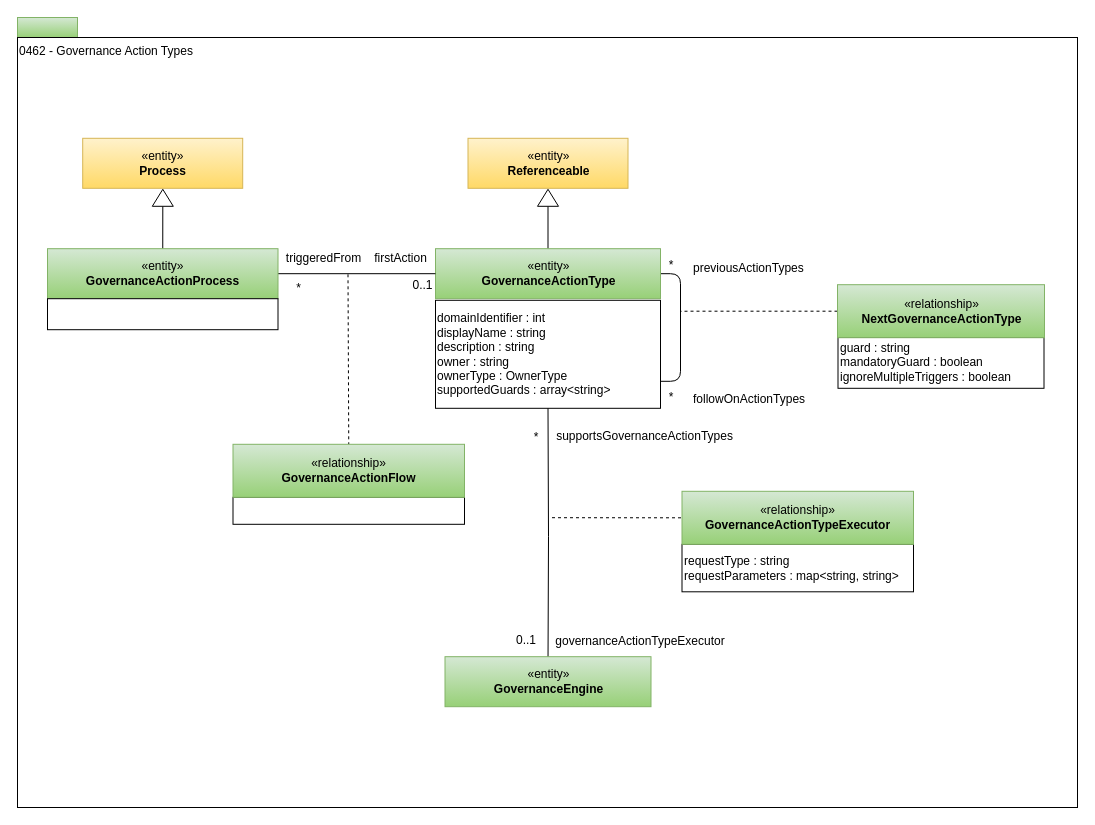
Before: page "0462-Governance-Action-Types" (22 of 28) of open-metadata-publication/website/open-metadata-types/area-4-governance.drawio in odpi/egeria, a draw.io diagram. Source tidied: cells renumbered, new cells numbered last; positions are measured from the earlier drawing's top-left corner, leaving out a move shared by most shapes. Both pictures are drawn from the tidied source at 100%, with x=0, y=0 at pixel (17, 17).
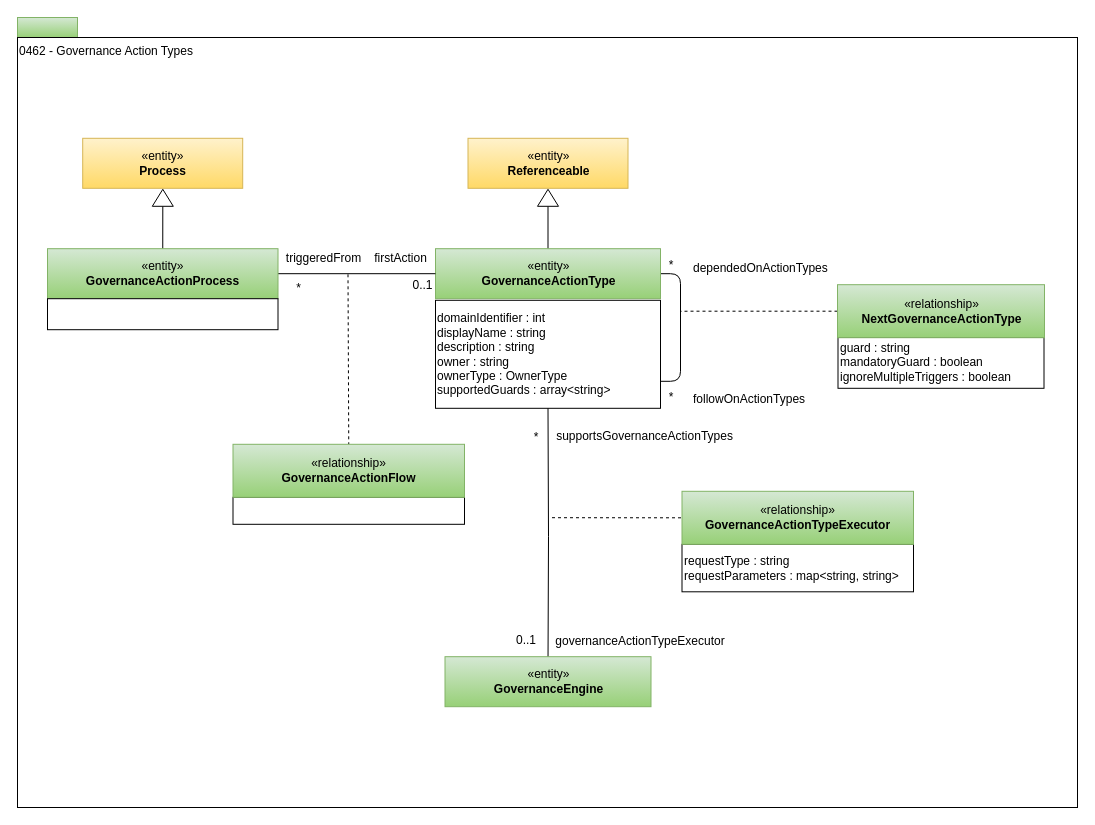
The same diagram, later.

What changed in the source:
```diff
@@
-    <mxCell id="12" value="previousActionTypes" style="text;html=1;align=left;verticalAlign=top;spacingTop=-4;" parent="1" vertex="1">
-      <mxGeometry x="674" y="240.8" width="130" height="20" as="geometry" />
+    <mxCell id="12" value="dependedOnActionTypes" style="text;html=1;align=left;verticalAlign=top;spacingTop=-4;" parent="1" vertex="1">
+      <mxGeometry x="674" y="240.8" width="150" height="20" as="geometry" />
     </mxCell>
```
